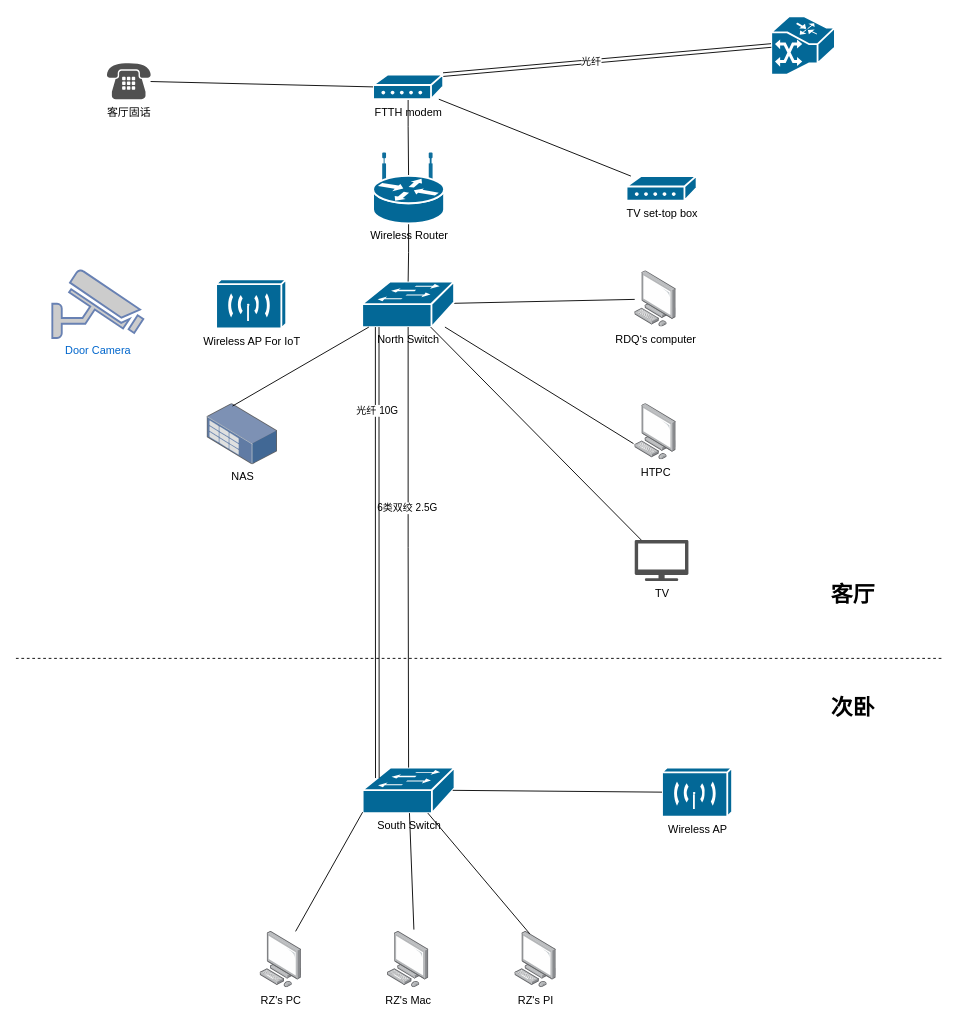
Before: 707topology.drawio in razor/1102_decoration, a draw.io diagram. Source tidied: cells renumbered, new cells numbered last; positions are measured from the earlier drawing's top-left corner, leaving out a move shared by most shapes. Both pictures are drawn from the tidied source at 91%, with x=0, y=0 at pixel (15, 15).
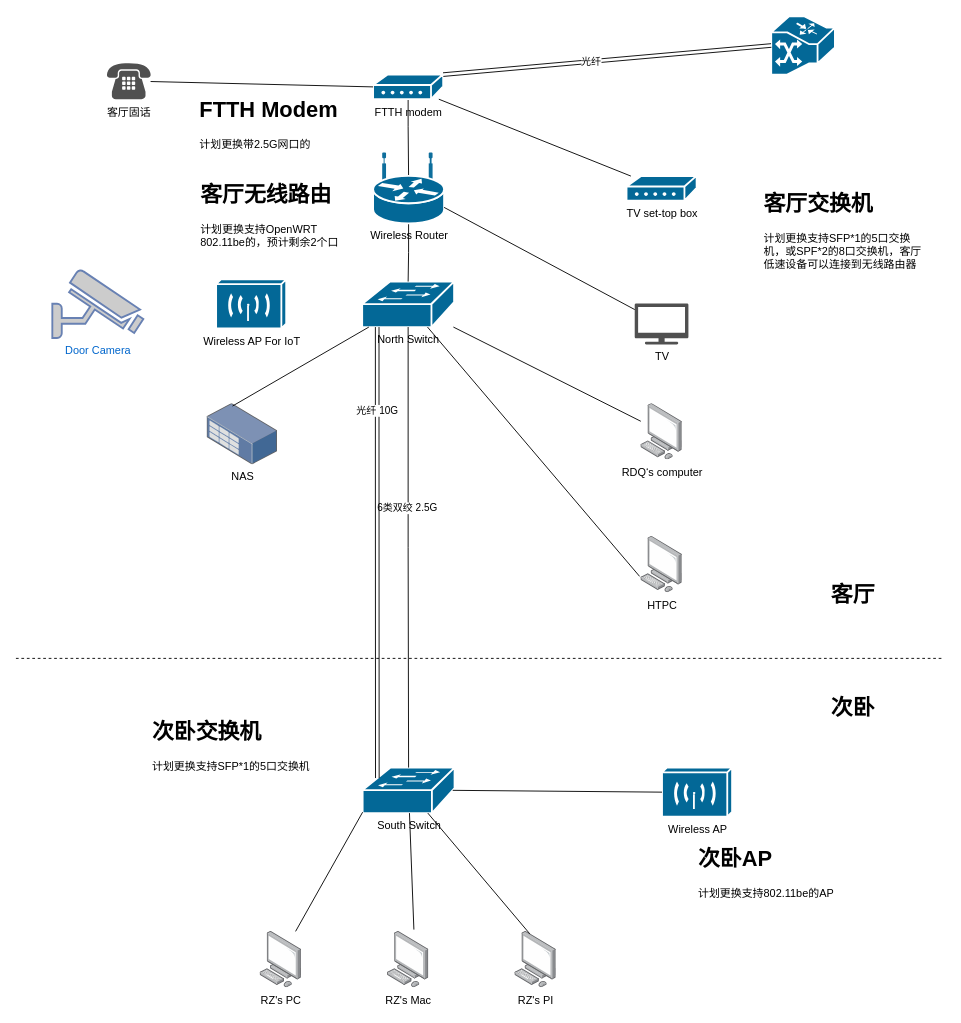
The same diagram, later.

Unchanged cells that the change refers to:
```xml
<mxCell id="8" value="North Switch" style="shape=mxgraph.cisco.switches.workgroup_switch;sketch=0;html=1;dashed=0;fillColor=#036897;strokeColor=#ffffff;strokeWidth=2;verticalLabelPosition=bottom;verticalAlign=top;align=center;outlineConnect=0;" parent="1" vertex="1">
  <mxGeometry x="380.5" y="291.9" width="101" height="50" as="geometry" />
</mxCell>
<mxCell id="14" value="Wireless Router" style="shape=mxgraph.cisco.routers.wireless_router;sketch=0;html=1;dashed=0;fillColor=#036897;strokeColor=#ffffff;strokeWidth=2;verticalLabelPosition=bottom;verticalAlign=top;align=center;outlineConnect=0;" parent="1" vertex="1">
  <mxGeometry x="392.5" y="151" width="78" height="77" as="geometry" />
</mxCell>
```

Change to the diagram source:
```diff
@@
     <mxCell id="15" value="RDQ‘s computer" style="image;points=[];html=1;align=center;shadow=0;dashed=0;image=img/lib/allied_telesis/computer_and_terminals/Personal_Computer.svg;" parent="1" vertex="1">
-      <mxGeometry x="680" y="280.1" width="45.6" height="61.8" as="geometry" />
+      <mxGeometry x="686.7" y="426" width="45.6" height="61.8" as="geometry" />
     </mxCell>
     <mxCell id="16" value="HTPC" style="image;points=[];html=1;align=center;shadow=0;dashed=0;image=img/lib/allied_telesis/computer_and_terminals/Personal_Computer.svg;" parent="1" vertex="1">
-      <mxGeometry x="680" y="426" width="45.6" height="61.8" as="geometry" />
+      <mxGeometry x="686.7" y="571.9" width="45.6" height="61.8" as="geometry" />
     </mxCell>
     <mxCell id="17" value="TV" style="sketch=0;shadow=0;dashed=0;html=1;strokeColor=none;fillColor=#505050;labelPosition=center;verticalLabelPosition=bottom;verticalAlign=top;outlineConnect=0;align=center;shape=mxgraph.office.devices.tv;" parent="1" vertex="1">
-      <mxGeometry x="680" y="576" width="59" height="45" as="geometry" />
+      <mxGeometry x="680" y="316" width="59" height="45" as="geometry" />
     </mxCell>
@@
-    <mxCell id="29" style="rounded=0;jettySize=auto;html=1;endArrow=none;endFill=0;" parent="1" edge="1" source="8" target="17">
+    <mxCell id="29" style="rounded=0;jettySize=auto;html=1;endArrow=none;endFill=0;" parent="1" edge="1" source="14" target="17">
       <mxGeometry relative="1" as="geometry" />
     </mxCell>
@@
+    <mxCell id="41" value="&lt;h1 style=&quot;margin-top: 0px;&quot;&gt;FTTH Modem&lt;/h1&gt;&lt;div&gt;计划更换带2.5G网口的&lt;/div&gt;" style="text;html=1;whiteSpace=wrap;overflow=hidden;rounded=0;" parent="1" vertex="1">
+      <mxGeometry x="200" y="83" width="180" height="73" as="geometry" />
+    </mxCell>
+    <mxCell id="42" value="&lt;h1 style=&quot;margin-top: 0px;&quot;&gt;客厅无线路由&lt;/h1&gt;&lt;div&gt;计划更换支持OpenWRT 802.11be的，预计剩余2个口&lt;/div&gt;" style="text;html=1;whiteSpace=wrap;overflow=hidden;rounded=0;" parent="1" vertex="1">
+      <mxGeometry x="201" y="176" width="180" height="80" as="geometry" />
+    </mxCell>
+    <mxCell id="43" value="&lt;h1 style=&quot;margin-top: 0px;&quot;&gt;客厅交换机&lt;/h1&gt;&lt;div&gt;计划更换支持SFP*1的5口交换机，或SPF*2的8口交换机，客厅低速设备可以连接到无线路由器&lt;/div&gt;" style="text;html=1;whiteSpace=wrap;overflow=hidden;rounded=0;" parent="1" vertex="1">
+      <mxGeometry x="820" y="186" width="180" height="100" as="geometry" />
+    </mxCell>
+    <mxCell id="44" value="&lt;h1 style=&quot;margin-top: 0px;&quot;&gt;次卧交换机&lt;/h1&gt;&lt;div&gt;计划更换支持SFP*1的5口交换机&lt;/div&gt;" style="text;html=1;whiteSpace=wrap;overflow=hidden;rounded=0;" parent="1" vertex="1">
+      <mxGeometry x="148" y="766" width="180" height="100" as="geometry" />
+    </mxCell>
+    <mxCell id="45" value="&lt;h1 style=&quot;margin-top: 0px;&quot;&gt;次卧AP&lt;/h1&gt;&lt;div&gt;计划更换支持802.11be的AP&lt;/div&gt;" style="text;html=1;whiteSpace=wrap;overflow=hidden;rounded=0;" parent="1" vertex="1">
+      <mxGeometry x="748" y="906" width="180" height="100" as="geometry" />
+    </mxCell>
```
